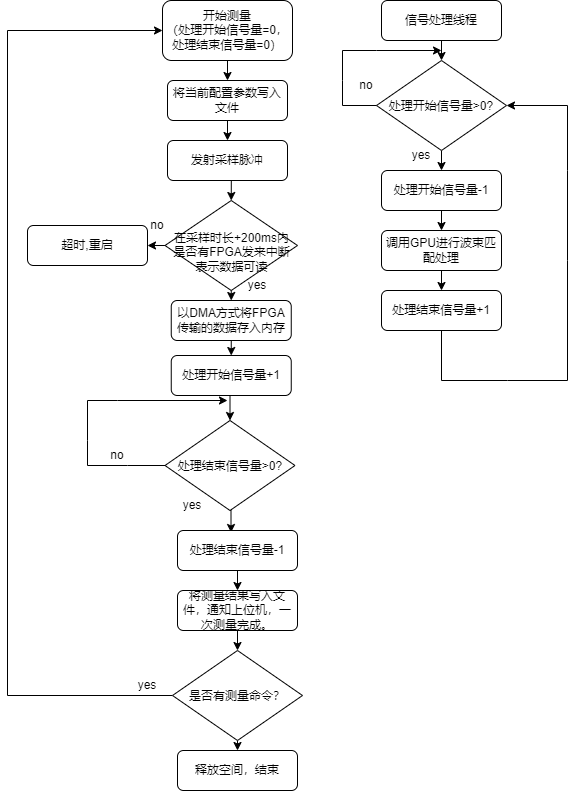
The draw.io diagram 单次测量版本.png in Sky199710/myDiagram, before a commit. Source tidied: cells renumbered, new cells last; positions are measured from the earlier drawing's top-left corner, leaving out a move shared by most shapes.
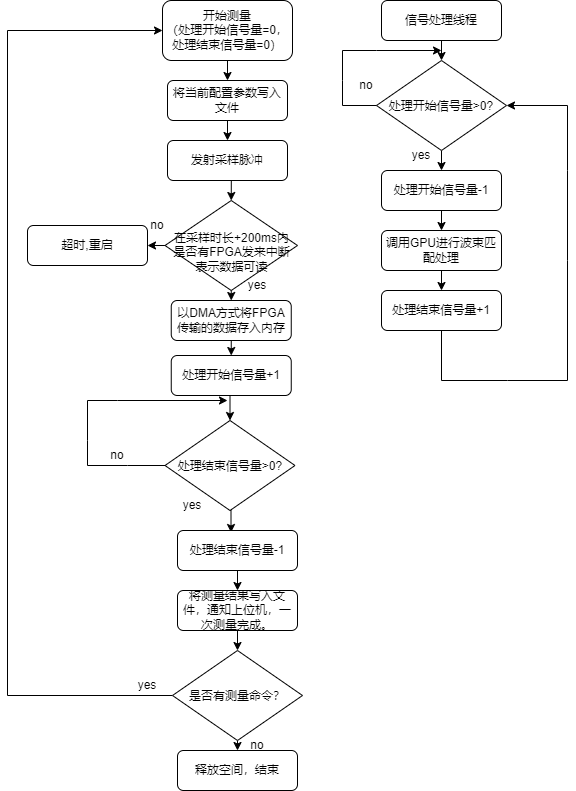
Later version of the same file.

Commit message:
Update 单次测量版本.png

Change to the diagram source:
```diff
@@ -174,5 +174,8 @@
     <mxCell id="45" value="释放空间，结束" style="rounded=1;whiteSpace=wrap;html=1;fontSize=12;glass=0;strokeWidth=1;shadow=0;" parent="1" vertex="1">
       <mxGeometry x="170" y="750" width="120" height="40" as="geometry" />
     </mxCell>
+    <mxCell id="46" value="no" style="text;html=1;strokeColor=none;fillColor=none;align=center;verticalAlign=middle;whiteSpace=wrap;rounded=0;" parent="1" vertex="1">
+      <mxGeometry x="220" y="730" width="60" height="30" as="geometry" />
+    </mxCell>
   </root>
 </mxGraphModel>
```
